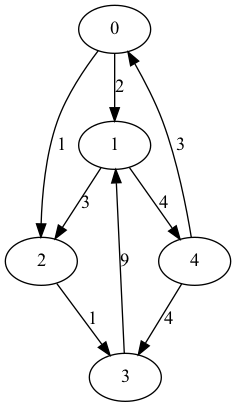
Before: lab_08/graph.png, a diagram exported from Graphviz (EmirShimshir/BMSTU_sem3_TaSD). Its source is kept beside it as lab_08/data/graph.gv.
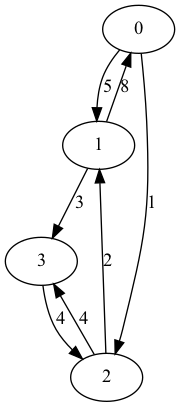
The same file after the commit.

What changed in the source:
```diff
@@ -1,10 +1,9 @@
 digraph LAB_08 {
-0 -> 1 [label="2"];
+0 -> 1 [label="5"];
 0 -> 2 [label="1"];
-1 -> 2 [label="3"];
-1 -> 4 [label="4"];
-2 -> 3 [label="1"];
-3 -> 1 [label="9"];
-4 -> 0 [label="3"];
-4 -> 3 [label="4"];
+1 -> 0 [label="8"];
+1 -> 3 [label="3"];
+2 -> 1 [label="2"];
+2 -> 3 [label="4"];
+3 -> 2 [label="4"];
 }
```
